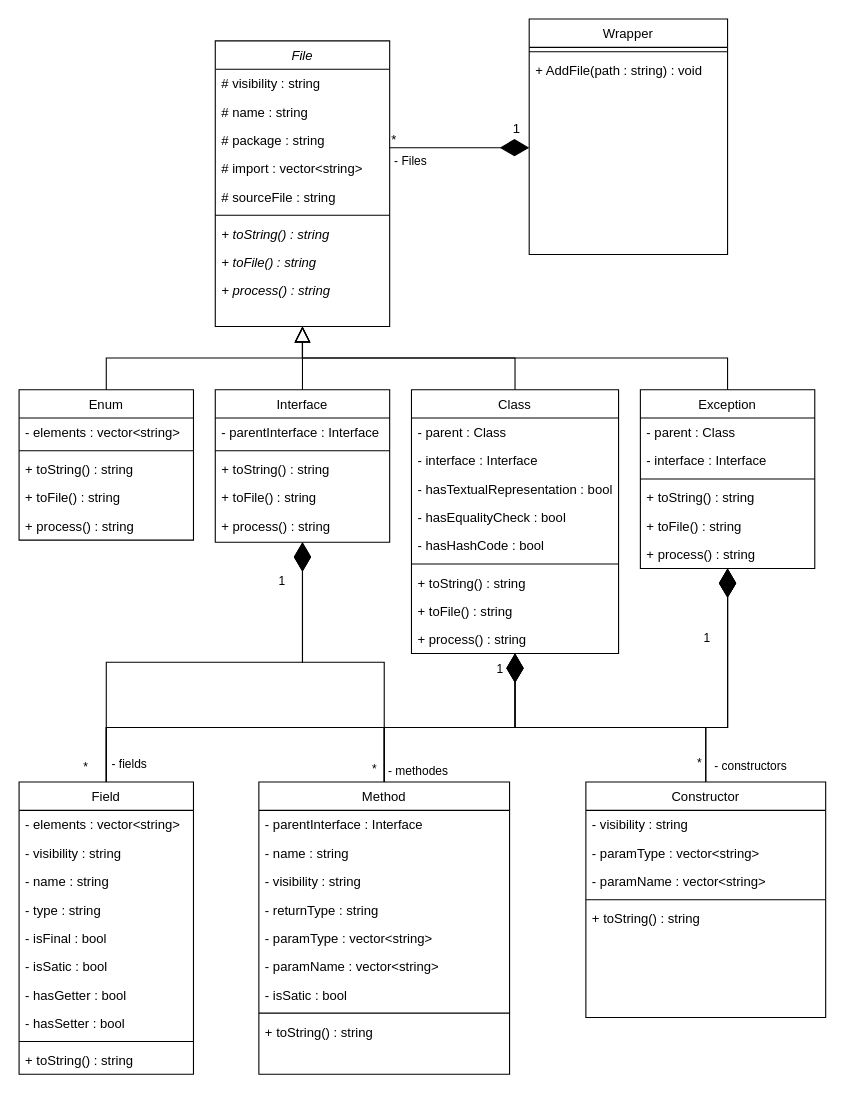
Before: javaDestructorizer.drawio in metalg091/javaDestructurizer, a draw.io diagram. Source tidied: cells renumbered, new cells numbered last; positions are measured from the earlier drawing's top-left corner, leaving out a move shared by most shapes. Both pictures are drawn from the tidied source at 109%, with x=0, y=0 at pixel (19, 19).
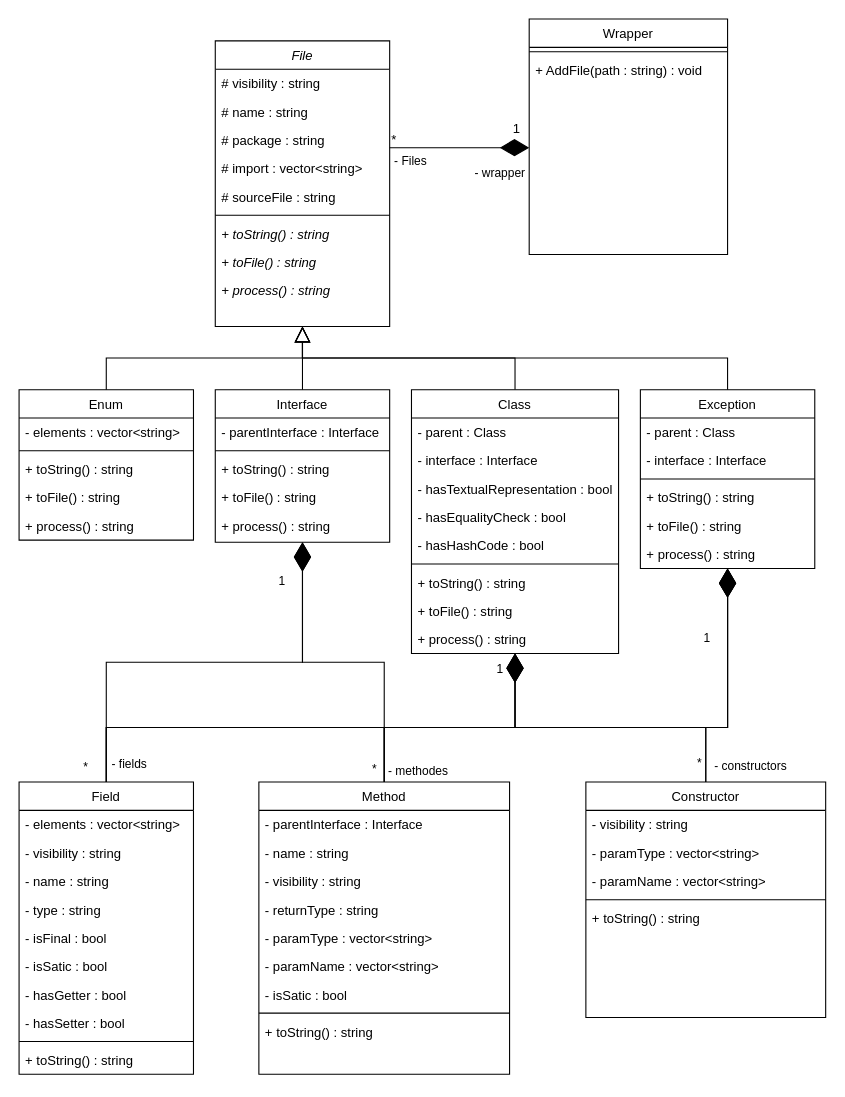
Above is the later version.

Unchanged cells that the change refers to:
```xml
<mxCell id="29" style="endArrow=diamondThin;shadow=0;strokeWidth=1;rounded=0;curved=0;endFill=1;edgeStyle=elbowEdgeStyle;elbow=vertical;endSize=24;startSize=24;" parent="1" edge="1" source="2" target="26">
  <mxGeometry x="0.5" y="41" relative="1" as="geometry">
    <mxPoint x="-40" y="32" as="offset" />
  </mxGeometry>
</mxCell>
```

The edit, as a diff of the source:
```diff
@@
+    <mxCell id="96" value="- wrapper" style="edgeLabel;html=1;align=center;verticalAlign=middle;" parent="29" vertex="1">
+      <mxGeometry x="0.44" y="-1" relative="1" as="geometry">
+        <mxPoint x="8" y="21" as="offset" />
+      </mxGeometry>
+    </mxCell>
```
